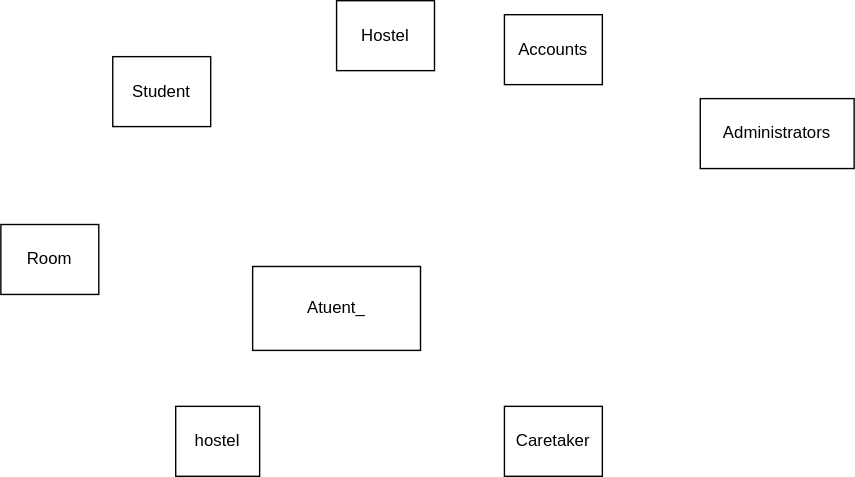
This is hostel_management.drawio.svg from Zeven100/hostel_management, a draw.io export, as it was before one commit. Source tidied: cells renumbered, new cells last; positions are measured from the earlier drawing's top-left corner, leaving out a move shared by most shapes.
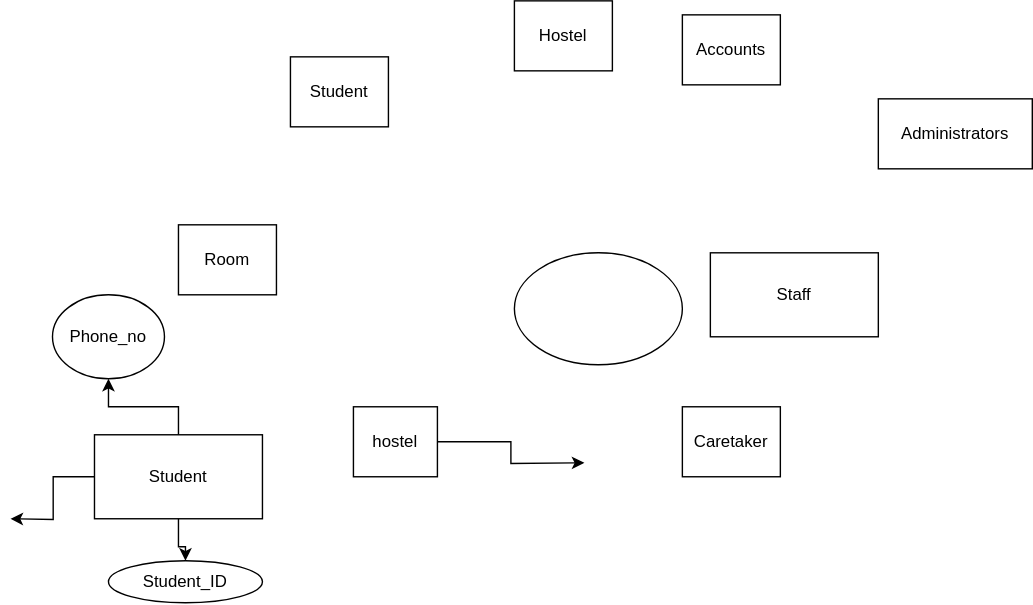
Later version of the same file.

Change to the diagram source:
```diff
@@ -2,6 +2,11 @@
   <root>
     <mxCell id="0" />
     <mxCell id="1" parent="0" />
+    <mxCell id="10" style="edgeStyle=orthogonalEdgeStyle;rounded=0;jettySize=auto;html=1;exitX=1;exitY=0.5;exitDx=0;exitDy=0;" parent="1" edge="1" source="2">
+      <mxGeometry relative="1" as="geometry">
+        <mxPoint x="290" y="330" as="targetPoint" />
+      </mxGeometry>
+    </mxCell>
     <mxCell id="2" value="hostel" style="rounded=0;whiteSpace=wrap;html=1;" parent="1" vertex="1">
       <mxGeometry x="125" y="290" width="60" height="50" as="geometry" />
     </mxCell>
@@ -23,8 +28,31 @@
     <mxCell id="8" value="Administrators" style="rounded=0;whiteSpace=wrap;html=1;" parent="1" vertex="1">
       <mxGeometry x="500" y="70" width="110" height="50" as="geometry" />
     </mxCell>
+    <mxCell id="11" style="edgeStyle=orthogonalEdgeStyle;rounded=0;jettySize=auto;html=1;" parent="1" edge="1" source="9" target="15">
+      <mxGeometry relative="1" as="geometry" />
+    </mxCell>
+    <mxCell id="12" style="edgeStyle=orthogonalEdgeStyle;rounded=0;jettySize=auto;html=1;" parent="1" edge="1" source="9" target="17">
+      <mxGeometry relative="1" as="geometry" />
+    </mxCell>
+    <mxCell id="13" style="edgeStyle=orthogonalEdgeStyle;rounded=0;jettySize=auto;html=1;" parent="1" edge="1" source="9">
+      <mxGeometry relative="1" as="geometry">
+        <mxPoint x="-120" y="370" as="targetPoint" />
+      </mxGeometry>
+    </mxCell>
-    <mxCell id="9" value="Atuent_" style="rounded=0;whiteSpace=wrap;html=1;" parent="1" vertex="1">
-      <mxGeometry x="180" y="190" width="120" height="60" as="geometry" />
+    <mxCell id="9" value="Student" style="rounded=0;whiteSpace=wrap;html=1;" parent="1" vertex="1">
+      <mxGeometry x="-60" y="310" width="120" height="60" as="geometry" />
     </mxCell>
+    <mxCell id="14" value="Staff" style="rounded=0;whiteSpace=wrap;html=1;" parent="1" vertex="1">
+      <mxGeometry x="380" y="180" width="120" height="60" as="geometry" />
+    </mxCell>
+    <mxCell id="15" value="Student_ID" style="ellipse;whiteSpace=wrap;html=1;" parent="1" vertex="1">
+      <mxGeometry x="-50" y="400" width="110" height="30" as="geometry" />
+    </mxCell>
+    <mxCell id="16" style="ellipse;whiteSpace=wrap;html=1;" parent="1" vertex="1">
+      <mxGeometry x="240" y="180" width="120" height="80" as="geometry" />
+    </mxCell>
+    <mxCell id="17" value="Phone_no" style="ellipse;whiteSpace=wrap;html=1;" parent="1" vertex="1">
+      <mxGeometry x="-90" y="210" width="80" height="60" as="geometry" />
+    </mxCell>
   </root>
 </mxGraphModel>
```
